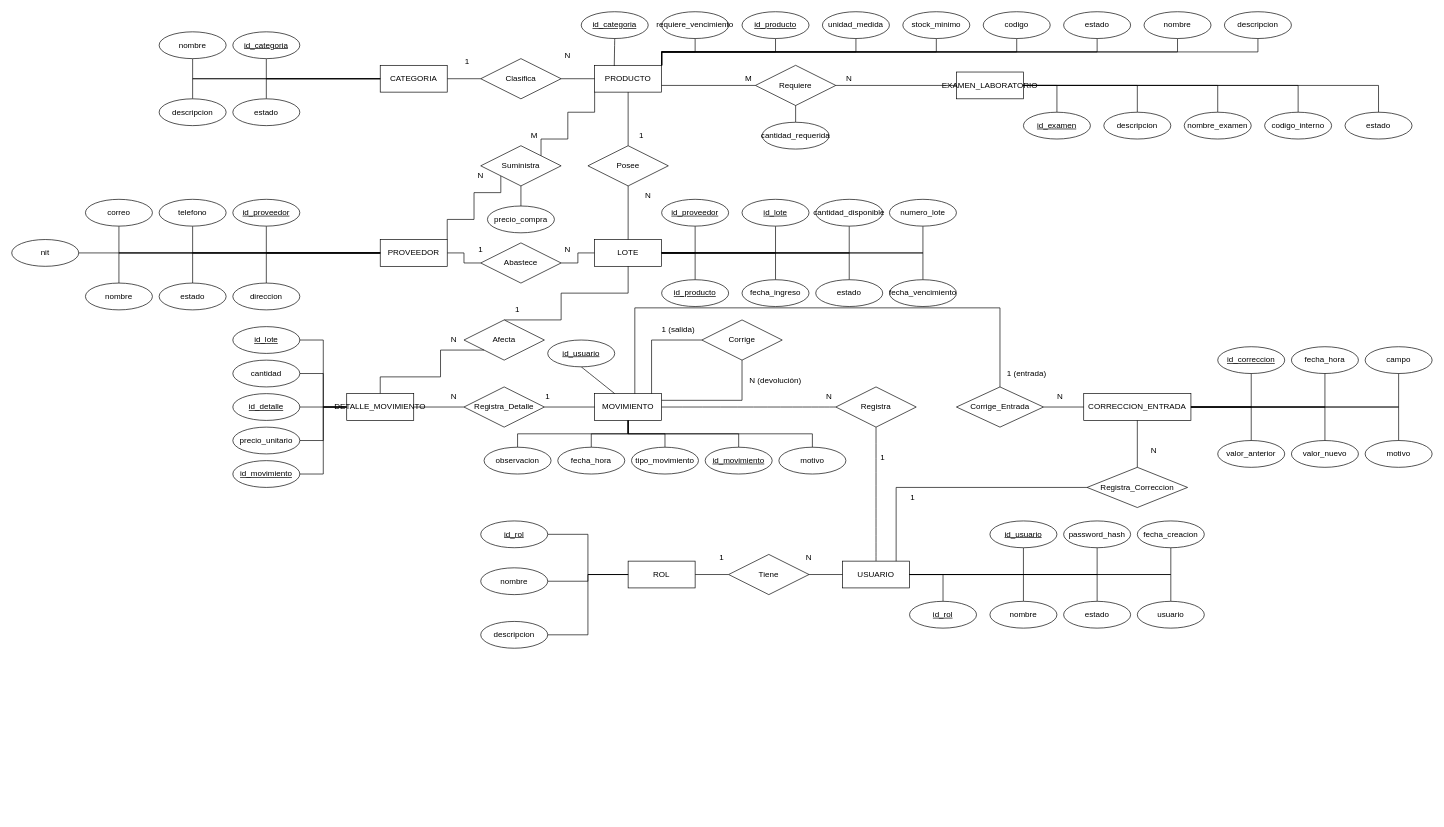
This is docs/diagramas/DIAGRAMA-ER-LAB.drawio from Criss-paz/sistema-inventario-laboratorio, a draw.io file, before an edit. Source tidied: cells renumbered, new cells numbered last; positions are measured from the earlier drawing's top-left corner, leaving out a move shared by most shapes. Both pictures are drawn from the tidied source at 67%, with x=0, y=0 at pixel (11, 11).
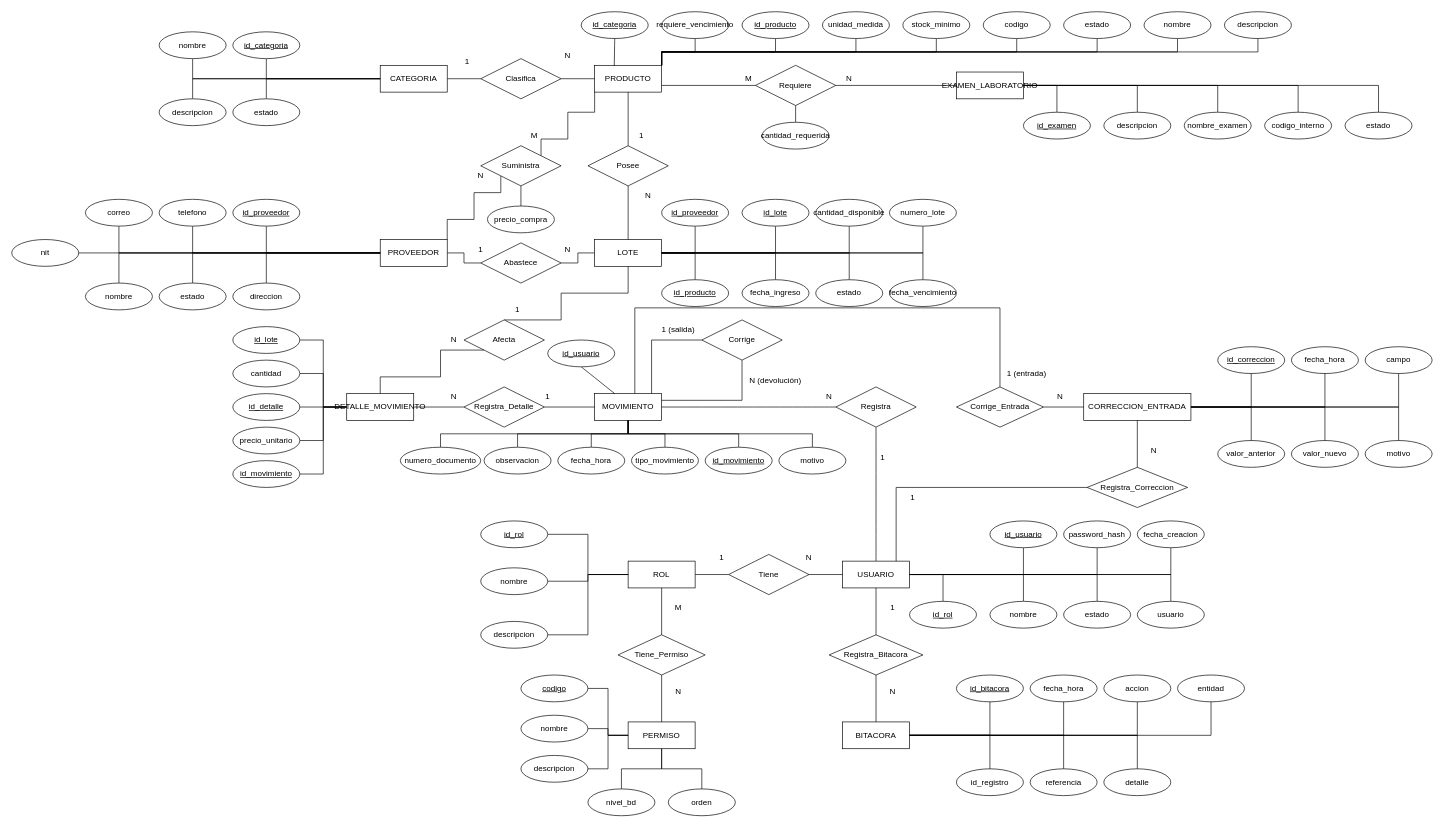
The same diagram, later.

Commit message (it also covers changes not shown here):
docs(diagramas): agrega permiso, rol_permiso, bitacora y el número de documento

Unchanged cells that the change refers to:
```xml
<mxCell id="3" value="ROL" style="whiteSpace=wrap;html=1;align=center;" parent="1" vertex="1">
  <mxGeometry x="920" y="820" width="100" height="40" as="geometry" />
</mxCell>
<mxCell id="5" value="USUARIO" style="whiteSpace=wrap;html=1;align=center;" parent="1" vertex="1">
  <mxGeometry x="1240" y="820" width="100" height="40" as="geometry" />
</mxCell>
<mxCell id="14" value="MOVIMIENTO" style="whiteSpace=wrap;html=1;align=center;" parent="1" vertex="1">
  <mxGeometry x="870" y="570" width="100" height="40" as="geometry" />
</mxCell>
```

What changed in the source:
```diff
@@
+    <mxCell id="196" value="numero_documento" style="ellipse;whiteSpace=wrap;html=1;align=center;" parent="1" vertex="1">
+      <mxGeometry x="580" y="650" width="120" height="40" as="geometry" />
+    </mxCell>
+    <mxCell id="197" style="edgeStyle=orthogonalEdgeStyle;rounded=0;jettySize=auto;html=1;endArrow=none;endFill=0;exitX=0.5;exitY=0;exitDx=0;exitDy=0;entryX=0.5;entryY=1;entryDx=0;entryDy=0;" parent="1" edge="1" source="196" target="14">
+      <mxGeometry relative="1" as="geometry" />
+    </mxCell>
+    <mxCell id="198" value="Tiene_Permiso" style="shape=rhombus;perimeter=rhombusPerimeter;whiteSpace=wrap;html=1;align=center;" parent="1" vertex="1">
+      <mxGeometry x="905" y="930" width="130" height="60" as="geometry" />
+    </mxCell>
+    <mxCell id="199" style="edgeStyle=orthogonalEdgeStyle;rounded=0;jettySize=auto;html=1;endArrow=none;endFill=0;exitX=0.5;exitY=1;exitDx=0;exitDy=0;entryX=0.5;entryY=0;entryDx=0;entryDy=0;" parent="1" edge="1" source="3" target="198">
+      <mxGeometry relative="1" as="geometry" />
+    </mxCell>
+    <mxCell id="200" value="PERMISO" style="whiteSpace=wrap;html=1;align=center;" parent="1" vertex="1">
+      <mxGeometry x="920" y="1060" width="100" height="40" as="geometry" />
+    </mxCell>
+    <mxCell id="201" style="edgeStyle=orthogonalEdgeStyle;rounded=0;jettySize=auto;html=1;endArrow=none;endFill=0;exitX=0.5;exitY=1;exitDx=0;exitDy=0;entryX=0.5;entryY=0;entryDx=0;entryDy=0;" parent="1" edge="1" source="198" target="200">
+      <mxGeometry relative="1" as="geometry" />
+    </mxCell>
+    <mxCell id="202" value="M" style="text;html=1;whiteSpace=wrap;strokeColor=none;fillColor=none;align=center;verticalAlign=middle;rounded=0;" parent="1" vertex="1">
+      <mxGeometry x="975" y="875" width="40" height="30" as="geometry" />
+    </mxCell>
+    <mxCell id="203" value="N" style="text;html=1;whiteSpace=wrap;strokeColor=none;fillColor=none;align=center;verticalAlign=middle;rounded=0;" parent="1" vertex="1">
+      <mxGeometry x="975" y="1000" width="40" height="30" as="geometry" />
+    </mxCell>
+    <mxCell id="204" value="Registra_Bitacora" style="shape=rhombus;perimeter=rhombusPerimeter;whiteSpace=wrap;html=1;align=center;" parent="1" vertex="1">
+      <mxGeometry x="1220" y="930" width="140" height="60" as="geometry" />
+    </mxCell>
+    <mxCell id="205" style="edgeStyle=orthogonalEdgeStyle;rounded=0;jettySize=auto;html=1;endArrow=none;endFill=0;exitX=0.5;exitY=1;exitDx=0;exitDy=0;entryX=0.5;entryY=0;entryDx=0;entryDy=0;" parent="1" edge="1" source="5" target="204">
+      <mxGeometry relative="1" as="geometry" />
+    </mxCell>
+    <mxCell id="206" value="BITACORA" style="whiteSpace=wrap;html=1;align=center;" parent="1" vertex="1">
+      <mxGeometry x="1240" y="1060" width="100" height="40" as="geometry" />
+    </mxCell>
+    <mxCell id="207" style="edgeStyle=orthogonalEdgeStyle;rounded=0;jettySize=auto;html=1;endArrow=none;endFill=0;exitX=0.5;exitY=1;exitDx=0;exitDy=0;entryX=0.5;entryY=0;entryDx=0;entryDy=0;" parent="1" edge="1" source="204" target="206">
+      <mxGeometry relative="1" as="geometry" />
+    </mxCell>
+    <mxCell id="208" value="1" style="text;html=1;whiteSpace=wrap;strokeColor=none;fillColor=none;align=center;verticalAlign=middle;rounded=0;" parent="1" vertex="1">
+      <mxGeometry x="1295" y="875" width="40" height="30" as="geometry" />
+    </mxCell>
+    <mxCell id="209" value="N" style="text;html=1;whiteSpace=wrap;strokeColor=none;fillColor=none;align=center;verticalAlign=middle;rounded=0;" parent="1" vertex="1">
+      <mxGeometry x="1295" y="1000" width="40" height="30" as="geometry" />
+    </mxCell>
+    <mxCell id="210" value="codigo" style="ellipse;whiteSpace=wrap;html=1;align=center;fontStyle=4;" parent="1" vertex="1">
+      <mxGeometry x="760" y="990" width="100" height="40" as="geometry" />
+    </mxCell>
+    <mxCell id="211" style="edgeStyle=orthogonalEdgeStyle;rounded=0;jettySize=auto;html=1;endArrow=none;endFill=0;exitX=1;exitY=0.5;exitDx=0;exitDy=0;entryX=0;entryY=0.5;entryDx=0;entryDy=0;" parent="1" edge="1" source="210" target="200">
+      <mxGeometry relative="1" as="geometry" />
+    </mxCell>
+    <mxCell id="212" value="nombre" style="ellipse;whiteSpace=wrap;html=1;align=center;" parent="1" vertex="1">
+      <mxGeometry x="760" y="1050" width="100" height="40" as="geometry" />
+    </mxCell>
+    <mxCell id="213" style="edgeStyle=orthogonalEdgeStyle;rounded=0;jettySize=auto;html=1;endArrow=none;endFill=0;exitX=1;exitY=0.5;exitDx=0;exitDy=0;entryX=0;entryY=0.5;entryDx=0;entryDy=0;" parent="1" edge="1" source="212" target="200">
+      <mxGeometry relative="1" as="geometry" />
+    </mxCell>
+    <mxCell id="214" value="descripcion" style="ellipse;whiteSpace=wrap;html=1;align=center;" parent="1" vertex="1">
+      <mxGeometry x="760" y="1110" width="100" height="40" as="geometry" />
+    </mxCell>
+    <mxCell id="215" style="edgeStyle=orthogonalEdgeStyle;rounded=0;jettySize=auto;html=1;endArrow=none;endFill=0;exitX=1;exitY=0.5;exitDx=0;exitDy=0;entryX=0;entryY=0.5;entryDx=0;entryDy=0;" parent="1" edge="1" source="214" target="200">
+      <mxGeometry relative="1" as="geometry" />
+    </mxCell>
+    <mxCell id="216" value="nivel_bd" style="ellipse;whiteSpace=wrap;html=1;align=center;" parent="1" vertex="1">
+      <mxGeometry x="860" y="1160" width="100" height="40" as="geometry" />
+    </mxCell>
+    <mxCell id="217" style="edgeStyle=orthogonalEdgeStyle;rounded=0;jettySize=auto;html=1;endArrow=none;endFill=0;exitX=0.5;exitY=0;exitDx=0;exitDy=0;entryX=0.5;entryY=1;entryDx=0;entryDy=0;" parent="1" edge="1" source="216" target="200">
+      <mxGeometry relative="1" as="geometry" />
+    </mxCell>
+    <mxCell id="218" value="orden" style="ellipse;whiteSpace=wrap;html=1;align=center;" parent="1" vertex="1">
+      <mxGeometry x="980" y="1160" width="100" height="40" as="geometry" />
+    </mxCell>
+    <mxCell id="219" style="edgeStyle=orthogonalEdgeStyle;rounded=0;jettySize=auto;html=1;endArrow=none;endFill=0;exitX=0.5;exitY=0;exitDx=0;exitDy=0;entryX=0.5;entryY=1;entryDx=0;entryDy=0;" parent="1" edge="1" source="218" target="200">
+      <mxGeometry relative="1" as="geometry" />
+    </mxCell>
+    <mxCell id="220" value="id_bitacora" style="ellipse;whiteSpace=wrap;html=1;align=center;fontStyle=4;" parent="1" vertex="1">
+      <mxGeometry x="1410" y="990" width="100" height="40" as="geometry" />
+    </mxCell>
+    <mxCell id="221" style="edgeStyle=orthogonalEdgeStyle;rounded=0;jettySize=auto;html=1;endArrow=none;endFill=0;exitX=0.5;exitY=1;exitDx=0;exitDy=0;entryX=1;entryY=0.5;entryDx=0;entryDy=0;" parent="1" edge="1" source="220" target="206">
+      <mxGeometry relative="1" as="geometry" />
+    </mxCell>
+    <mxCell id="222" value="fecha_hora" style="ellipse;whiteSpace=wrap;html=1;align=center;" parent="1" vertex="1">
+      <mxGeometry x="1520" y="990" width="100" height="40" as="geometry" />
+    </mxCell>
+    <mxCell id="223" style="edgeStyle=orthogonalEdgeStyle;rounded=0;jettySize=auto;html=1;endArrow=none;endFill=0;exitX=0.5;exitY=1;exitDx=0;exitDy=0;entryX=1;entryY=0.5;entryDx=0;entryDy=0;" parent="1" edge="1" source="222" target="206">
+      <mxGeometry relative="1" as="geometry" />
+    </mxCell>
+    <mxCell id="224" value="accion" style="ellipse;whiteSpace=wrap;html=1;align=center;" parent="1" vertex="1">
+      <mxGeometry x="1630" y="990" width="100" height="40" as="geometry" />
+    </mxCell>
+    <mxCell id="225" style="edgeStyle=orthogonalEdgeStyle;rounded=0;jettySize=auto;html=1;endArrow=none;endFill=0;exitX=0.5;exitY=1;exitDx=0;exitDy=0;entryX=1;entryY=0.5;entryDx=0;entryDy=0;" parent="1" edge="1" source="224" target="206">
+      <mxGeometry relative="1" as="geometry" />
+    </mxCell>
+    <mxCell id="226" value="entidad" style="ellipse;whiteSpace=wrap;html=1;align=center;" parent="1" vertex="1">
+      <mxGeometry x="1740" y="990" width="100" height="40" as="geometry" />
+    </mxCell>
+    <mxCell id="227" style="edgeStyle=orthogonalEdgeStyle;rounded=0;jettySize=auto;html=1;endArrow=none;endFill=0;exitX=0.5;exitY=1;exitDx=0;exitDy=0;entryX=1;entryY=0.5;entryDx=0;entryDy=0;" parent="1" edge="1" source="226" target="206">
+      <mxGeometry relative="1" as="geometry" />
+    </mxCell>
+    <mxCell id="228" value="id_registro" style="ellipse;whiteSpace=wrap;html=1;align=center;" parent="1" vertex="1">
+      <mxGeometry x="1410" y="1130" width="100" height="40" as="geometry" />
+    </mxCell>
+    <mxCell id="229" style="edgeStyle=orthogonalEdgeStyle;rounded=0;jettySize=auto;html=1;endArrow=none;endFill=0;exitX=0.5;exitY=0;exitDx=0;exitDy=0;entryX=1;entryY=0.5;entryDx=0;entryDy=0;" parent="1" edge="1" source="228" target="206">
+      <mxGeometry relative="1" as="geometry" />
+    </mxCell>
+    <mxCell id="230" value="referencia" style="ellipse;whiteSpace=wrap;html=1;align=center;" parent="1" vertex="1">
+      <mxGeometry x="1520" y="1130" width="100" height="40" as="geometry" />
+    </mxCell>
+    <mxCell id="231" style="edgeStyle=orthogonalEdgeStyle;rounded=0;jettySize=auto;html=1;endArrow=none;endFill=0;exitX=0.5;exitY=0;exitDx=0;exitDy=0;entryX=1;entryY=0.5;entryDx=0;entryDy=0;" parent="1" edge="1" source="230" target="206">
+      <mxGeometry relative="1" as="geometry" />
+    </mxCell>
+    <mxCell id="232" value="detalle" style="ellipse;whiteSpace=wrap;html=1;align=center;" parent="1" vertex="1">
+      <mxGeometry x="1630" y="1130" width="100" height="40" as="geometry" />
+    </mxCell>
+    <mxCell id="233" style="edgeStyle=orthogonalEdgeStyle;rounded=0;jettySize=auto;html=1;endArrow=none;endFill=0;exitX=0.5;exitY=0;exitDx=0;exitDy=0;entryX=1;entryY=0.5;entryDx=0;entryDy=0;" parent="1" edge="1" source="232" target="206">
+      <mxGeometry relative="1" as="geometry" />
+    </mxCell>
```
